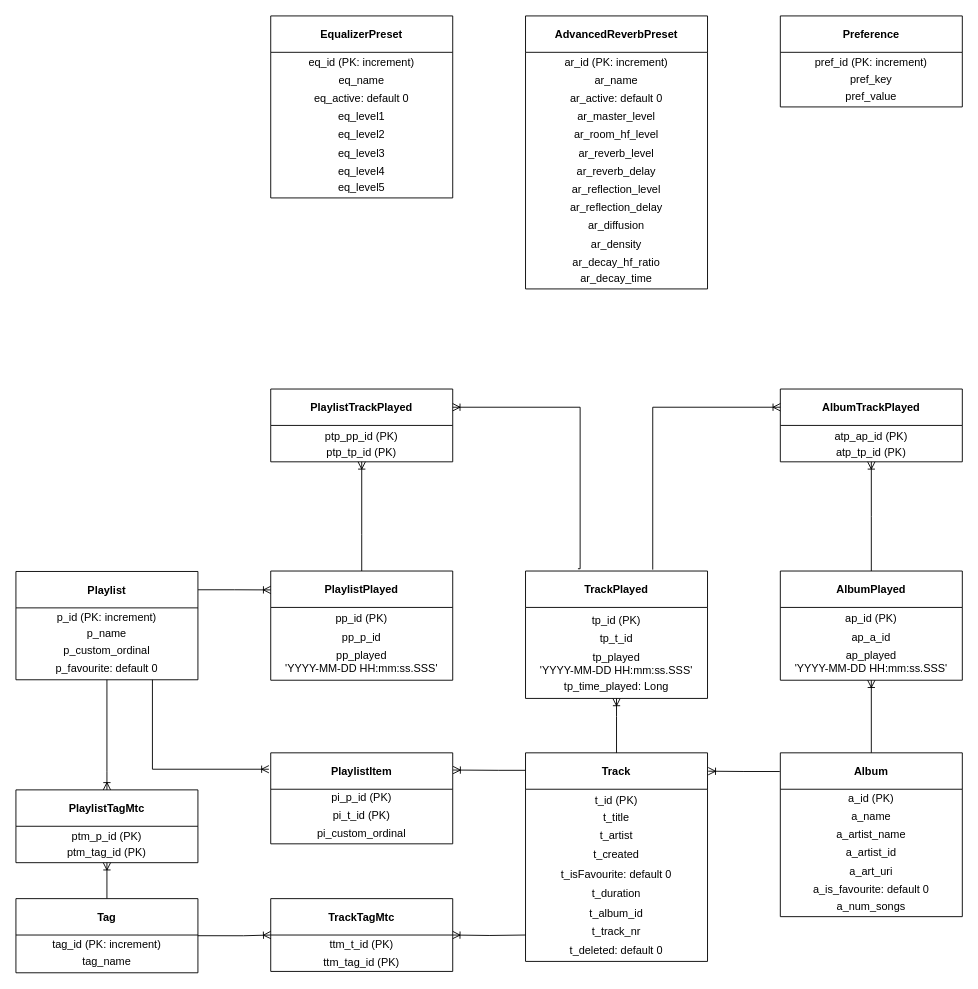
Lohni/Musicplayer keeps this draw.io diagram as musicplayer_schema.drawio. Above is the earlier version. Source tidied: cells renumbered, new cells numbered last; positions are measured from the earlier drawing's top-left corner, leaving out a move shared by most shapes. Both pictures are drawn from the tidied source at 91%, with x=0, y=0 at pixel (15, 15).
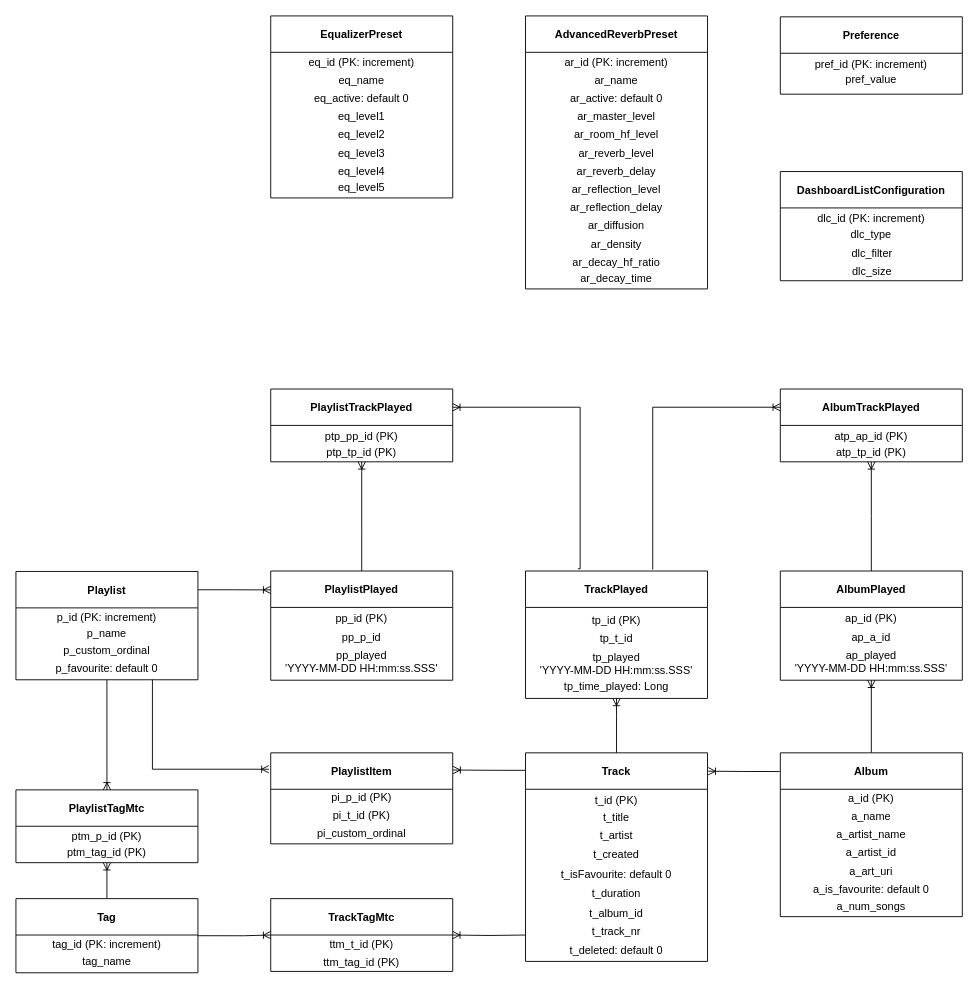
The same diagram, later.

What changed in the source:
```diff
@@
     <mxCell id="88" style="group;" parent="1" vertex="1">
-      <mxGeometry x="840" width="200" height="200" as="geometry" />
+      <mxGeometry x="840" y="1" width="200" height="170" as="geometry" />
     </mxCell>
     <mxCell id="89" value="Preference" style="swimlane;startSize=40;" parent="88" vertex="1">
-      <mxGeometry width="200" height="100" as="geometry" />
+      <mxGeometry width="200" height="85" as="geometry" />
     </mxCell>
     <mxCell id="90" value="pref_id (PK: increment)" style="text;html=1;strokeColor=none;fillColor=none;align=center;verticalAlign=middle;whiteSpace=wrap;rounded=0;" parent="89" vertex="1">
-      <mxGeometry x="10" y="41" width="180" height="20" as="geometry" />
+      <mxGeometry x="10" y="44.9" width="180" height="17" as="geometry" />
     </mxCell>
-    <mxCell id="91" value="pref_key" style="text;html=1;strokeColor=none;fillColor=none;align=center;verticalAlign=middle;whiteSpace=wrap;rounded=0;" parent="89" vertex="1">
-      <mxGeometry x="10" y="60" width="180" height="20" as="geometry" />
-    </mxCell>
     <mxCell id="92" value="pref_value" style="text;html=1;strokeColor=none;fillColor=none;align=center;verticalAlign=middle;whiteSpace=wrap;rounded=0;" parent="89" vertex="1">
-      <mxGeometry x="10" y="79" width="180" height="20" as="geometry" />
+      <mxGeometry x="10" y="60.1" width="180" height="17" as="geometry" />
     </mxCell>
@@
+    <mxCell id="104" value="DashboardListConfiguration" style="swimlane;startSize=40;" parent="1" vertex="1">
+      <mxGeometry x="840" y="171" width="200" height="120" as="geometry" />
+    </mxCell>
+    <mxCell id="105" value="dlc_id (PK: increment)" style="text;html=1;strokeColor=none;fillColor=none;align=center;verticalAlign=middle;whiteSpace=wrap;rounded=0;" parent="104" vertex="1">
+      <mxGeometry x="10" y="42" width="180" height="20" as="geometry" />
+    </mxCell>
+    <mxCell id="106" value="dlc_type" style="text;html=1;strokeColor=none;fillColor=none;align=center;verticalAlign=middle;whiteSpace=wrap;rounded=0;" parent="104" vertex="1">
+      <mxGeometry x="10" y="60" width="180" height="20" as="geometry" />
+    </mxCell>
+    <mxCell id="107" value="dlc_filter" style="text;html=1;strokeColor=none;fillColor=none;align=center;verticalAlign=middle;whiteSpace=wrap;rounded=0;" parent="1" vertex="1">
+      <mxGeometry x="851" y="251" width="180" height="20" as="geometry" />
+    </mxCell>
+    <mxCell id="108" value="dlc_size" style="text;html=1;strokeColor=none;fillColor=none;align=center;verticalAlign=middle;whiteSpace=wrap;rounded=0;" parent="1" vertex="1">
+      <mxGeometry x="851" y="271" width="180" height="20" as="geometry" />
+    </mxCell>
```
